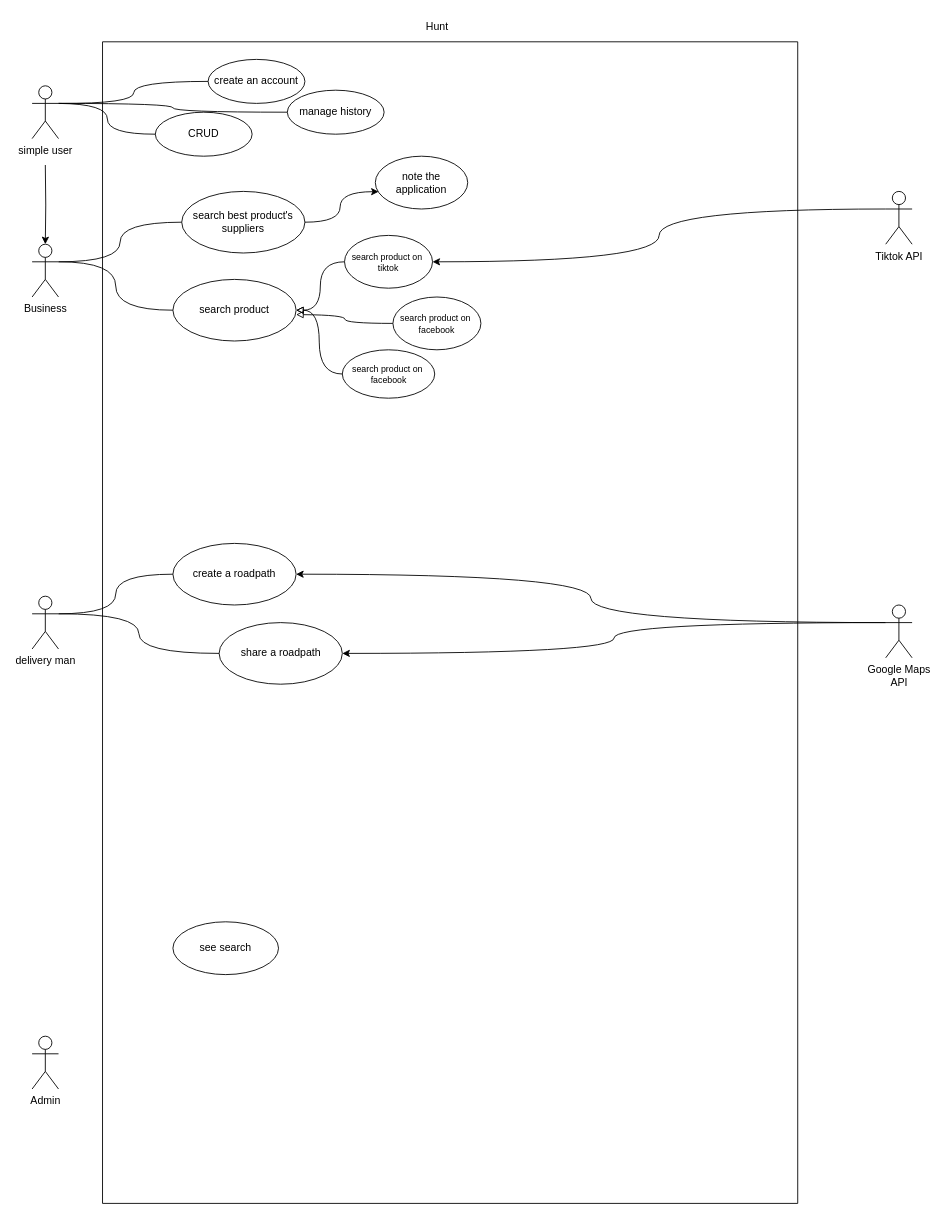
This is page "UML diagrams" (1 of 2) of Diagramme sans nom.drawio from Valeryio/System-Draws, a draw.io file, before an edit. Source tidied: cells renumbered, new cells numbered last; positions are measured from the earlier drawing's top-left corner, leaving out a move shared by most shapes. Both pictures are drawn from the tidied source at 88%, with x=0, y=0 at pixel (32, 15).
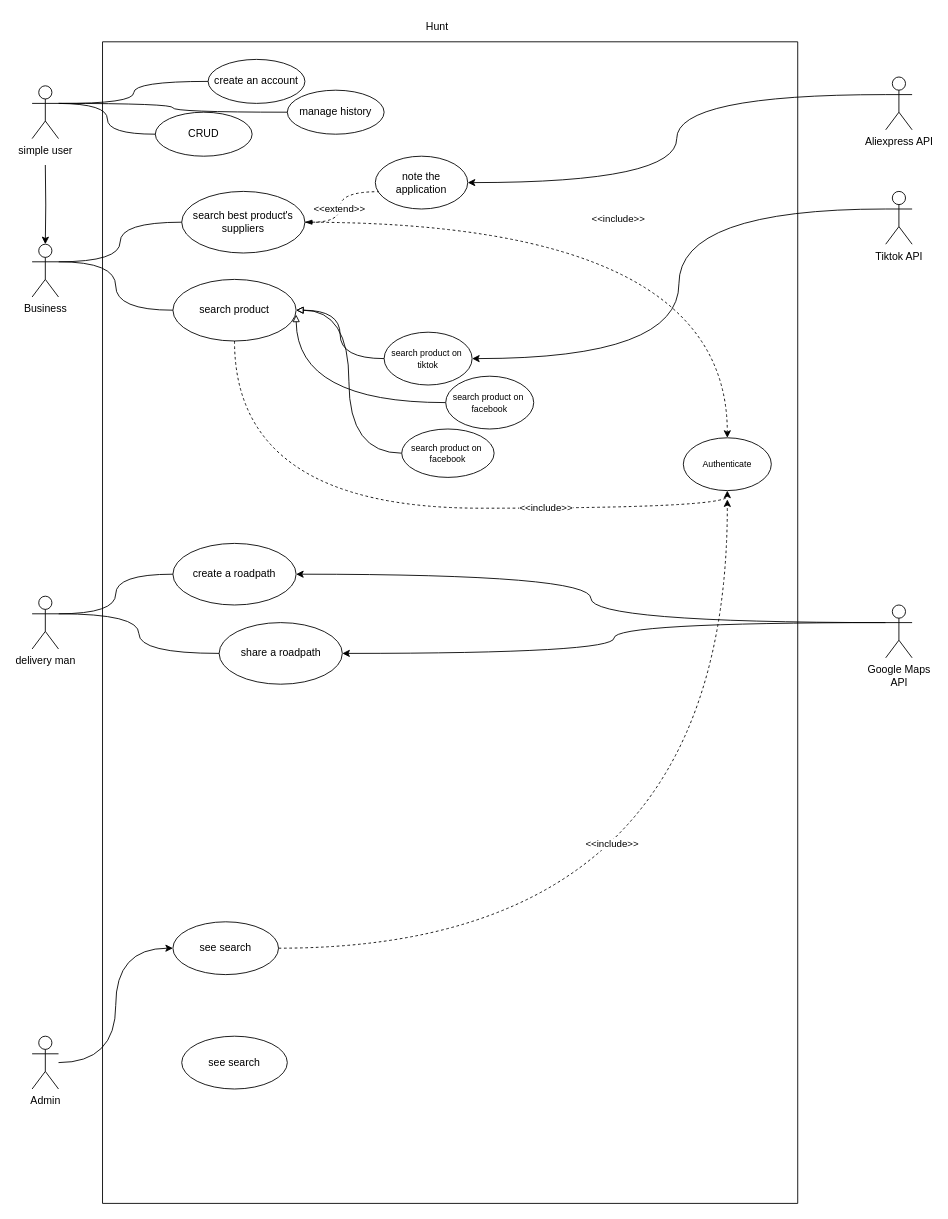
The same page after the edit.

Commit message:
Mettre à jour Diagramme sans nom.drawio

The change refers to these unchanged cells:
```xml
<mxCell id="3" style="swimlane;startSize=0;" parent="1" vertex="1">
  <mxGeometry x="80" y="30" width="790" height="1320" as="geometry" />
</mxCell>
<mxCell id="5" value="search best&amp;nbsp;product's suppliers" style="ellipse;whiteSpace=wrap;html=1;" parent="3" vertex="1">
  <mxGeometry x="90" y="170" width="140" height="70" as="geometry" />
</mxCell>
<mxCell id="6" value="search product" style="ellipse;whiteSpace=wrap;html=1;" parent="3" vertex="1">
  <mxGeometry x="80" y="270" width="140" height="70" as="geometry" />
</mxCell>
<mxCell id="17" value="note the application" style="ellipse;whiteSpace=wrap;html=1;" parent="3" vertex="1">
  <mxGeometry x="310" y="130" width="105" height="60" as="geometry" />
</mxCell>
<mxCell id="19" value="see search" style="ellipse;whiteSpace=wrap;html=1;" parent="3" vertex="1">
  <mxGeometry x="80" y="1000" width="120" height="60" as="geometry" />
</mxCell>
<mxCell id="36" value="Admin" style="shape=umlActor;verticalLabelPosition=bottom;verticalAlign=top;html=1;outlineConnect=0;" parent="1" vertex="1">
  <mxGeometry y="1160" width="30" height="60" as="geometry" />
</mxCell>
```

Change to the diagram source:
```diff
@@
+    <mxCell id="37" style="edgeStyle=orthogonalEdgeStyle;rounded=0;jettySize=auto;html=1;exitX=1;exitY=0.5;exitDx=0;exitDy=0;elbow=vertical;curved=1;dashed=1;" parent="3" edge="1" source="5" target="44">
+      <mxGeometry relative="1" as="geometry" />
+    </mxCell>
+    <mxCell id="38" value="&amp;lt;&amp;lt;include&amp;gt;&amp;gt;&lt;div&gt;&lt;br&gt;&lt;/div&gt;" style="edgeLabel;html=1;align=center;verticalAlign=middle;" parent="37" vertex="1">
+      <mxGeometry x="-0.02" y="-2" relative="1" as="geometry" />
+    </mxCell>
@@
+    <mxCell id="39" style="edgeStyle=orthogonalEdgeStyle;rounded=0;jettySize=auto;html=1;exitX=0.5;exitY=1;exitDx=0;exitDy=0;entryX=0.5;entryY=1;entryDx=0;entryDy=0;curved=1;dashed=1;" parent="3" edge="1" source="6" target="44">
+      <mxGeometry relative="1" as="geometry" />
+    </mxCell>
+    <mxCell id="40" value="&amp;lt;&amp;lt;include&amp;gt;&amp;gt;" style="edgeLabel;html=1;align=center;verticalAlign=middle;" parent="39" vertex="1">
+      <mxGeometry x="0.41" y="1" relative="1" as="geometry" />
+    </mxCell>
@@
     <mxCell id="8" value="&lt;font style=&quot;font-size: 10px;&quot;&gt;search product on&amp;nbsp;&lt;/font&gt;&lt;div style=&quot;font-size: 10px;&quot;&gt;&lt;font style=&quot;font-size: 10px;&quot;&gt;tiktok&lt;/font&gt;&lt;/div&gt;" style="ellipse;whiteSpace=wrap;html=1;" parent="3" vertex="1">
-      <mxGeometry x="275" y="220" width="100" height="60" as="geometry" />
+      <mxGeometry x="320" y="330" width="100" height="60" as="geometry" />
     </mxCell>
     <mxCell id="9" style="edgeStyle=orthogonalEdgeStyle;rounded=0;jettySize=auto;html=1;endArrow=block;endFill=0;curved=1;" parent="3" edge="1" source="10">
       <mxGeometry relative="1" as="geometry">
         <mxPoint x="220" y="310" as="targetPoint" />
+        <Array as="points">
+          <mxPoint x="221" y="410" />
+        </Array>
       </mxGeometry>
     </mxCell>
     <mxCell id="10" value="&lt;font style=&quot;font-size: 10px;&quot;&gt;search product on&amp;nbsp;&lt;/font&gt;&lt;div style=&quot;font-size: 10px;&quot;&gt;&lt;font style=&quot;font-size: 10px;&quot;&gt;facebook&lt;/font&gt;&lt;/div&gt;" style="ellipse;whiteSpace=wrap;html=1;" parent="3" vertex="1">
-      <mxGeometry x="330" y="290" width="100" height="60" as="geometry" />
+      <mxGeometry x="390" y="380" width="100" height="60" as="geometry" />
     </mxCell>
@@
     <mxCell id="12" value="search product on&amp;nbsp;&lt;div style=&quot;font-size: 10px;&quot;&gt;facebook&lt;/div&gt;" style="ellipse;whiteSpace=wrap;html=1;fontSize=10;" parent="3" vertex="1">
-      <mxGeometry x="272.5" y="350" width="105" height="55" as="geometry" />
+      <mxGeometry x="340" y="440" width="105" height="55" as="geometry" />
     </mxCell>
@@
-    <mxCell id="18" style="edgeStyle=orthogonalEdgeStyle;curved=1;rounded=0;jettySize=auto;html=1;exitX=1;exitY=0.5;exitDx=0;exitDy=0;entryX=0.036;entryY=0.672;entryDx=0;entryDy=0;entryPerimeter=0;" parent="3" edge="1" source="5" target="17">
+    <mxCell id="18" style="edgeStyle=orthogonalEdgeStyle;curved=1;rounded=0;jettySize=auto;html=1;exitX=1;exitY=0.5;exitDx=0;exitDy=0;entryX=0.036;entryY=0.672;entryDx=0;entryDy=0;entryPerimeter=0;startArrow=blockThin;startFill=1;endArrow=none;endFill=0;dashed=1;" parent="3" edge="1" source="5" target="17">
       <mxGeometry relative="1" as="geometry" />
     </mxCell>
+    <mxCell id="41" value="&amp;lt;&amp;lt;extend&amp;gt;&amp;gt;" style="edgeLabel;html=1;align=center;verticalAlign=middle;" parent="18" vertex="1">
+      <mxGeometry x="-0.06" y="2" relative="1" as="geometry" />
+    </mxCell>
+    <mxCell id="42" style="edgeStyle=orthogonalEdgeStyle;rounded=0;jettySize=auto;html=1;curved=1;dashed=1;" parent="3" edge="1" source="19">
+      <mxGeometry relative="1" as="geometry">
+        <mxPoint x="710" y="520" as="targetPoint" />
+      </mxGeometry>
+    </mxCell>
+    <mxCell id="43" value="&amp;lt;&amp;lt;include&amp;gt;&amp;gt;" style="edgeLabel;html=1;align=center;verticalAlign=middle;" parent="42" vertex="1">
+      <mxGeometry x="-0.26" y="119" relative="1" as="geometry" />
+    </mxCell>
@@
+    <mxCell id="44" value="&lt;span style=&quot;font-size: 10px;&quot;&gt;Authenticate&lt;/span&gt;" style="ellipse;whiteSpace=wrap;html=1;" parent="3" vertex="1">
+      <mxGeometry x="660" y="450" width="100" height="60" as="geometry" />
+    </mxCell>
+    <mxCell id="45" value="see search" style="ellipse;whiteSpace=wrap;html=1;" parent="3" vertex="1">
+      <mxGeometry x="90" y="1130" width="120" height="60" as="geometry" />
+    </mxCell>
@@
+    <mxCell id="46" style="edgeStyle=orthogonalEdgeStyle;rounded=0;jettySize=auto;html=1;entryX=0;entryY=0.5;entryDx=0;entryDy=0;curved=1;" parent="1" edge="1" source="36" target="19">
+      <mxGeometry relative="1" as="geometry" />
+    </mxCell>
@@
+    <mxCell id="47" style="edgeStyle=orthogonalEdgeStyle;rounded=0;jettySize=auto;html=1;exitX=0;exitY=0.3333333333333333;exitDx=0;exitDy=0;exitPerimeter=0;entryX=1;entryY=0.5;entryDx=0;entryDy=0;curved=1;" parent="1" edge="1" source="48" target="17">
+      <mxGeometry relative="1" as="geometry" />
+    </mxCell>
+    <mxCell id="48" value="Aliexpress API" style="shape=umlActor;verticalLabelPosition=bottom;verticalAlign=top;html=1;outlineConnect=0;" parent="1" vertex="1">
+      <mxGeometry x="970" y="70" width="30" height="60" as="geometry" />
+    </mxCell>
```
